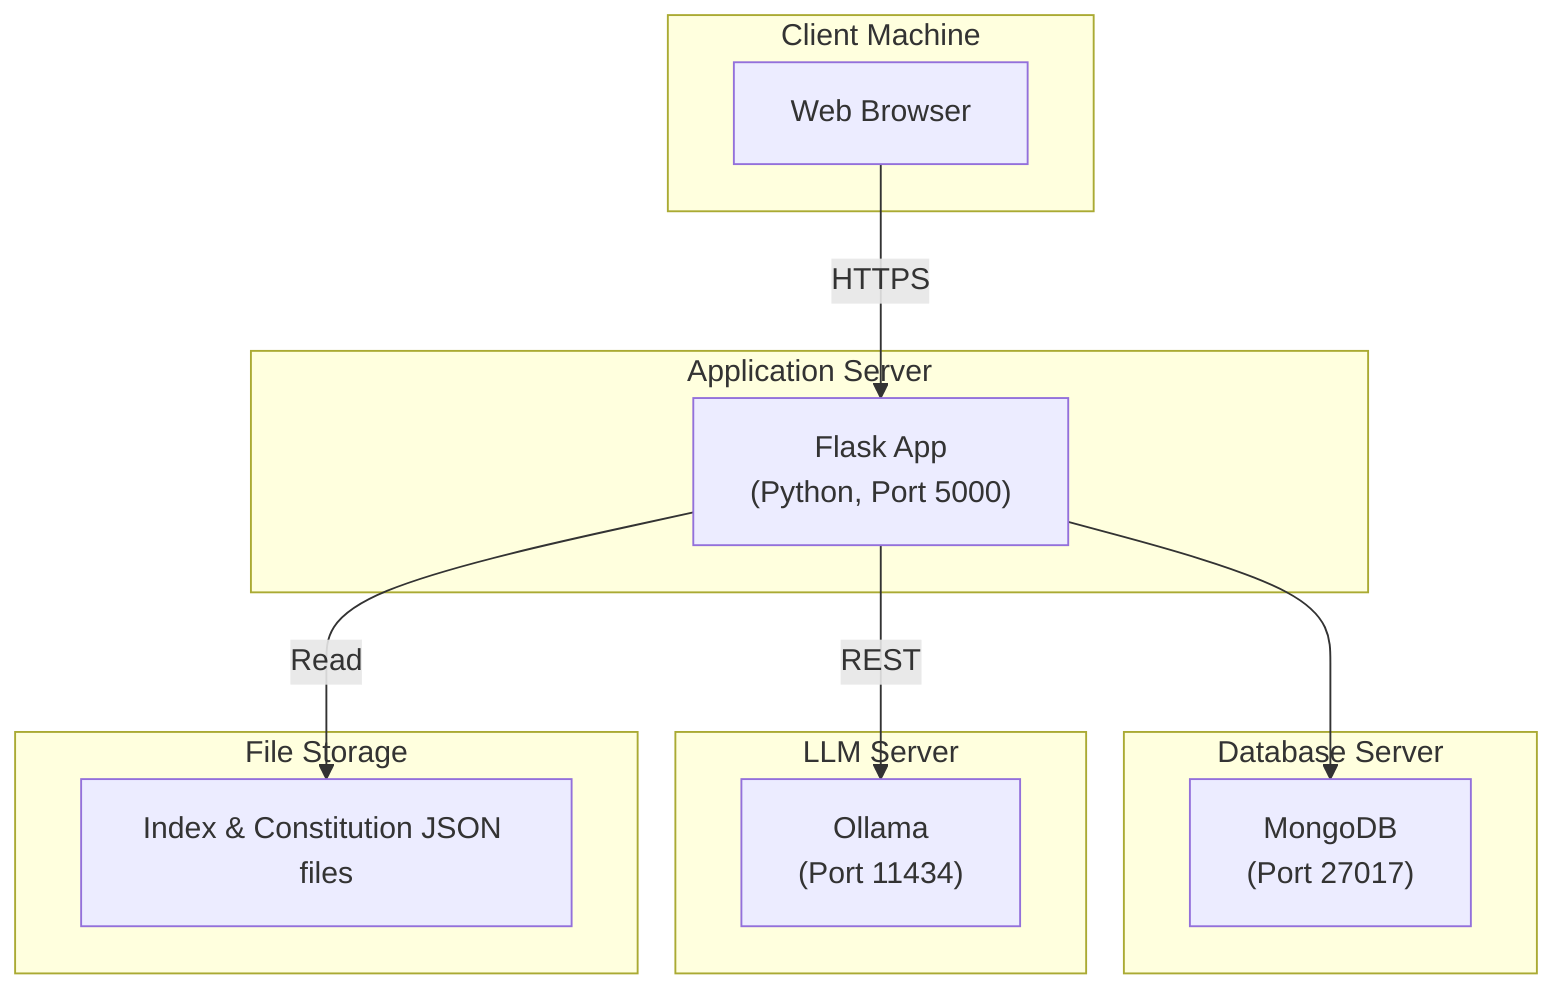
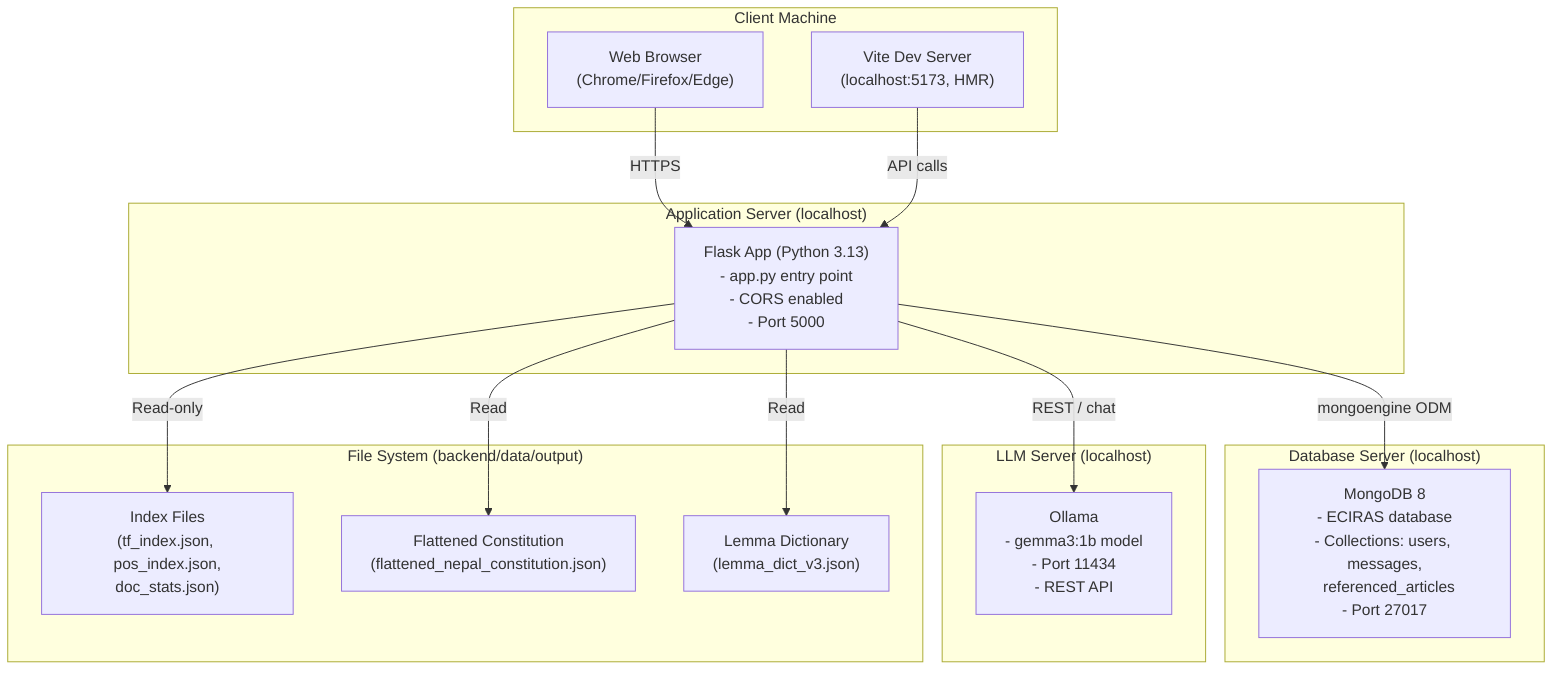
graph TD
    subgraph ClientNode["Client Machine"]
-         Browser["Web Browser"]
+         Browser["Web Browser<br/>(Chrome/Firefox/Edge)"]
+         DevServer["Vite Dev Server<br/>(localhost:5173, HMR)"]
    end

-     subgraph ServerNode["Application Server"]
-         FlaskApp["Flask App<br/>(Python, Port 5000)"]
+     subgraph ServerNode["Application Server (localhost)"]
+         FlaskApp["Flask App (Python 3.13)<br/>- app.py entry point<br/>- CORS enabled<br/>- Port 5000"]
    end

-     subgraph DBNode["Database Server"]
-         MongoD["MongoDB<br/>(Port 27017)"]
+     subgraph DBNode["Database Server (localhost)"]
+         MongoD["MongoDB 8<br/>- ECIRAS database<br/>- Collections: users, messages,<br/>  referenced_articles<br/>- Port 27017"]
    end

-     subgraph LLMNode["LLM Server"]
-         Ollama["Ollama<br/>(Port 11434)"]
+     subgraph LLMNode["LLM Server (localhost)"]
+         Ollama["Ollama<br/>- gemma3:1b model<br/>- Port 11434<br/>- REST API"]
    end

-     subgraph StorageNode["File Storage"]
-         Indexes["Index & Constitution JSON files"]
+     subgraph StorageNode["File System (backend/data/output)"]
+         Indexes["Index Files<br/>(tf_index.json, pos_index.json,<br/>doc_stats.json)"]
+         FlattenedDoc["Flattened Constitution<br/>(flattened_nepal_constitution.json)"]
+         LemmaDict["Lemma Dictionary<br/>(lemma_dict_v3.json)"]
    end

    Browser -->|HTTPS| FlaskApp
-     FlaskApp --> MongoD
-     FlaskApp -->|Read| Indexes
-     FlaskApp -->|REST| Ollama+     DevServer -->|API calls| FlaskApp
+     FlaskApp -->|mongoengine ODM| MongoD
+     FlaskApp -->|Read-only| Indexes
+     FlaskApp -->|REST / chat| Ollama
+     FlaskApp -->|Read| FlattenedDoc
+     FlaskApp -->|Read| LemmaDict
